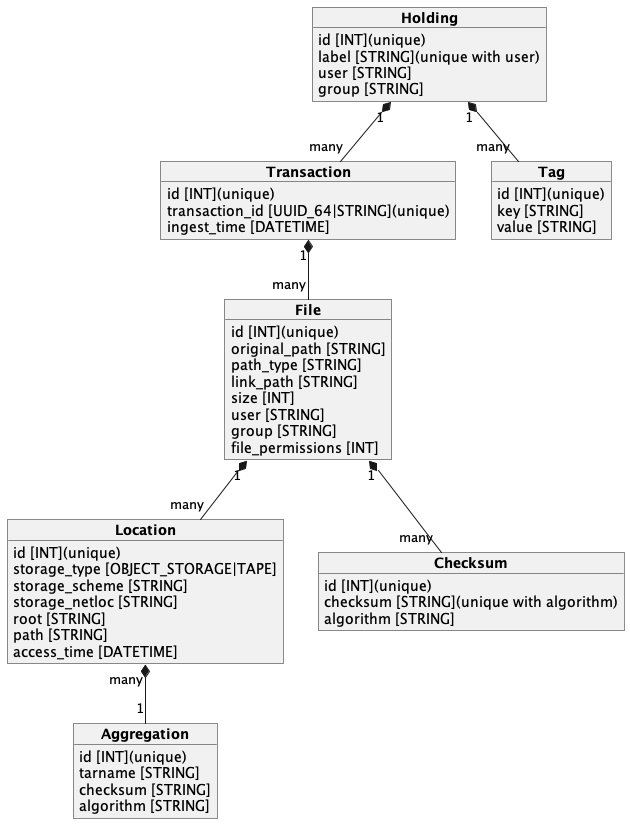
Earlier version of the PlantUML export docs/spec/uml/catalog_db.png (cedadev/nlds).
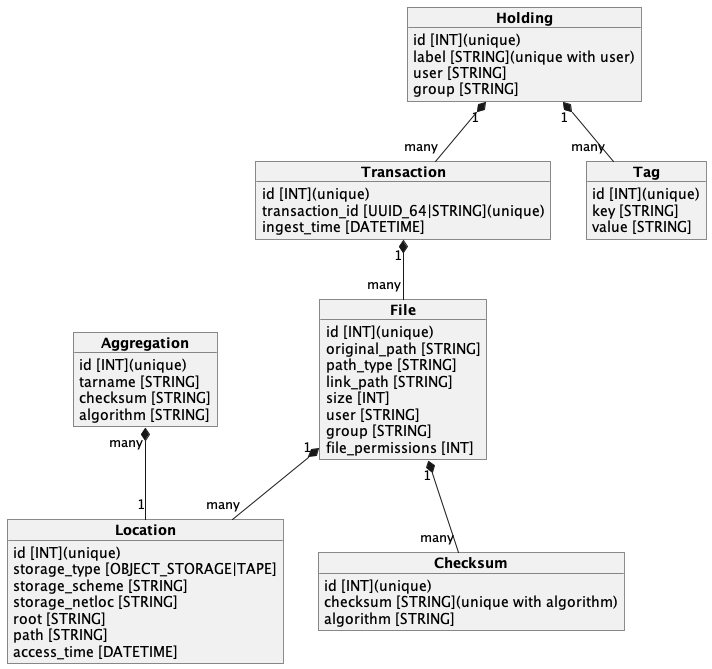
Above is the later version.

Commit message:
Updated catalog_db uml

Change to the diagram source:
```diff
@@ -53,7 +53,7 @@
     algorithm [STRING]
 }
 
-location "many"  *-- "1" aggregation
+aggregation "many"  *-- "1" location
 transaction "1" *-- "many" file
 holding "1" *-- "many" transaction
 holding "1" *-- "many" tag
```
